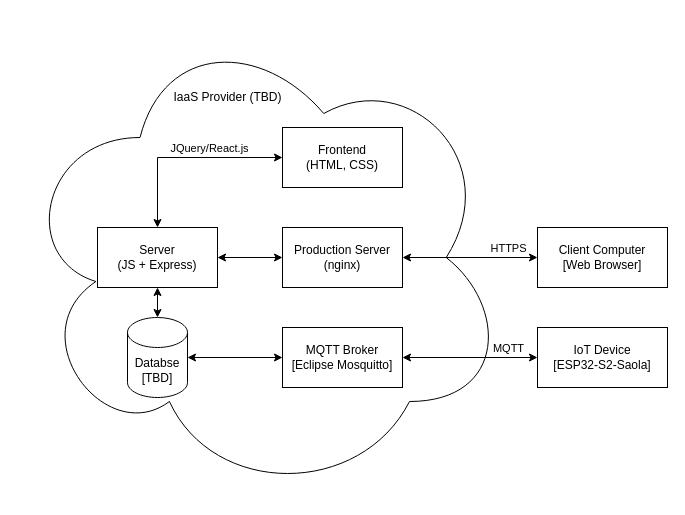
The draw.io diagram documentation/block diagrams/solution architecture v1.drawio in armando-jp/ecen5033-devops-final, before the edit. Source tidied: cells renumbered, new cells numbered last; positions are measured from the earlier drawing's top-left corner, leaving out a move shared by most shapes. Both pictures are drawn from the tidied source at 100%, with x=0, y=0 at pixel (17, 17).
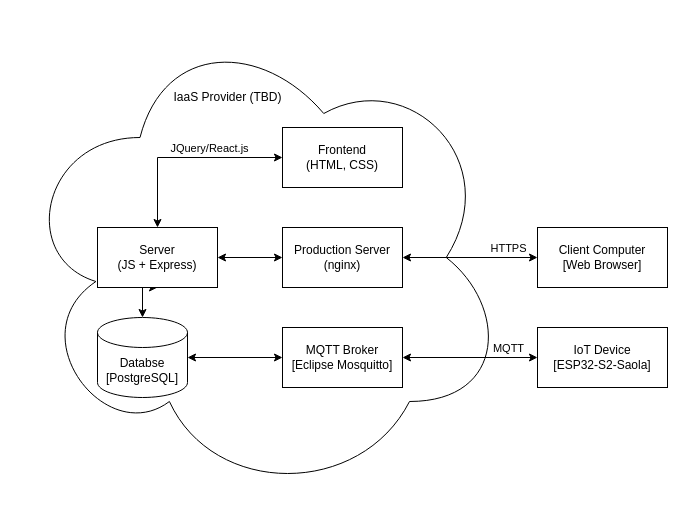
After the change.

What changed in the source:
```diff
@@
-    <mxCell id="10" value="Databse&lt;br&gt;[TBD]" style="shape=cylinder3;whiteSpace=wrap;html=1;boundedLbl=1;backgroundOutline=1;size=15;" parent="1" vertex="1">
-      <mxGeometry x="110" y="300" width="60" height="80" as="geometry" />
+    <mxCell id="10" value="Databse&lt;br&gt;[PostgreSQL]" style="shape=cylinder3;whiteSpace=wrap;html=1;boundedLbl=1;backgroundOutline=1;size=15;" parent="1" vertex="1">
+      <mxGeometry x="80" y="300" width="90" height="80" as="geometry" />
     </mxCell>
```
